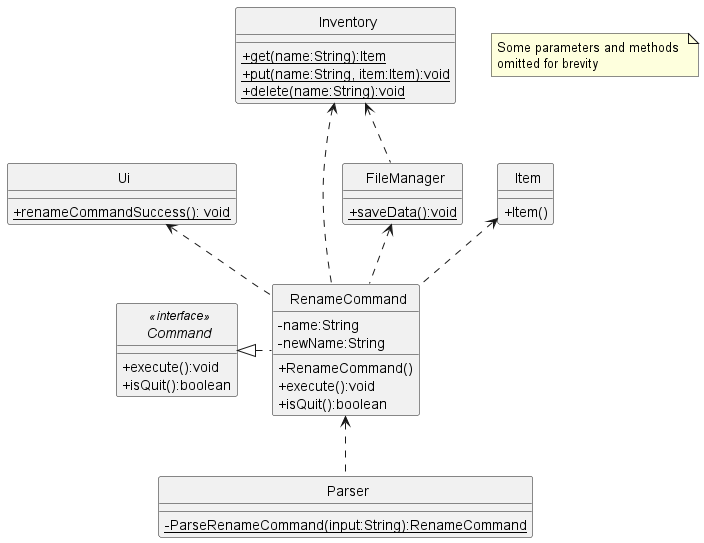
Before: docs/uml-diagrams/RenameCommandClass.png, a diagram exported from PlantUML (rismm/tp).
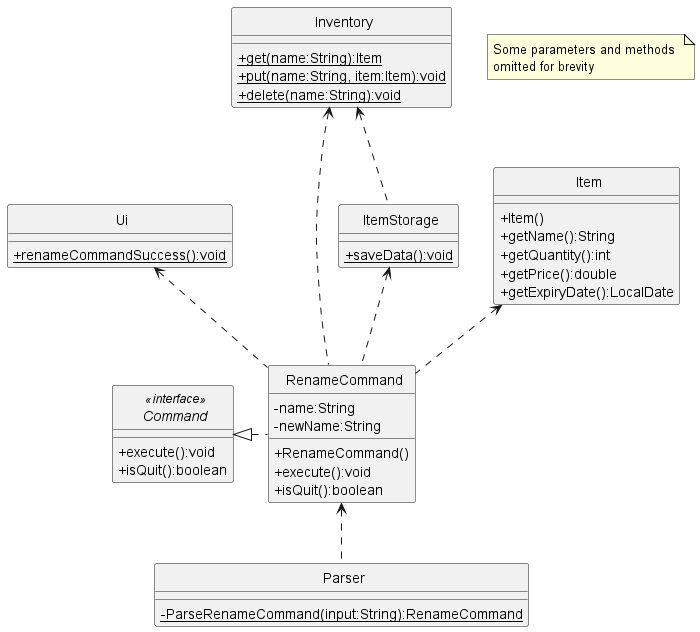
Above is the later version.

Diff of the diagram source:
```diff
@@ -9,15 +9,15 @@
 class Item
 class RenameCommand
 class Parser
-class FileManager
+class ItemStorage
 
 RenameCommand <.. Parser
 Command <|. RenameCommand
 Ui <.. RenameCommand
 Inventory <.. RenameCommand
 Item <.. RenameCommand
-FileManager <.. RenameCommand
-Inventory <.. FileManager
+ItemStorage <.. RenameCommand
+Inventory <.. ItemStorage
 
 interface Command <<interface>> {
     +execute():void
@@ -34,10 +34,14 @@
 
 class Item {
     +Item()
+    +getName():String
+    +getQuantity():int
+    +getPrice():double
+    +getExpiryDate():LocalDate
 }
 
 class Ui {
-    {static}+renameCommandSuccess(): void
+    {static}+renameCommandSuccess():void
 }
 
 class Parser {
@@ -50,7 +54,7 @@
     {static}+delete(name:String):void
 }
 
-class FileManager {
+class ItemStorage {
     {static}+saveData():void
 }
 
```
